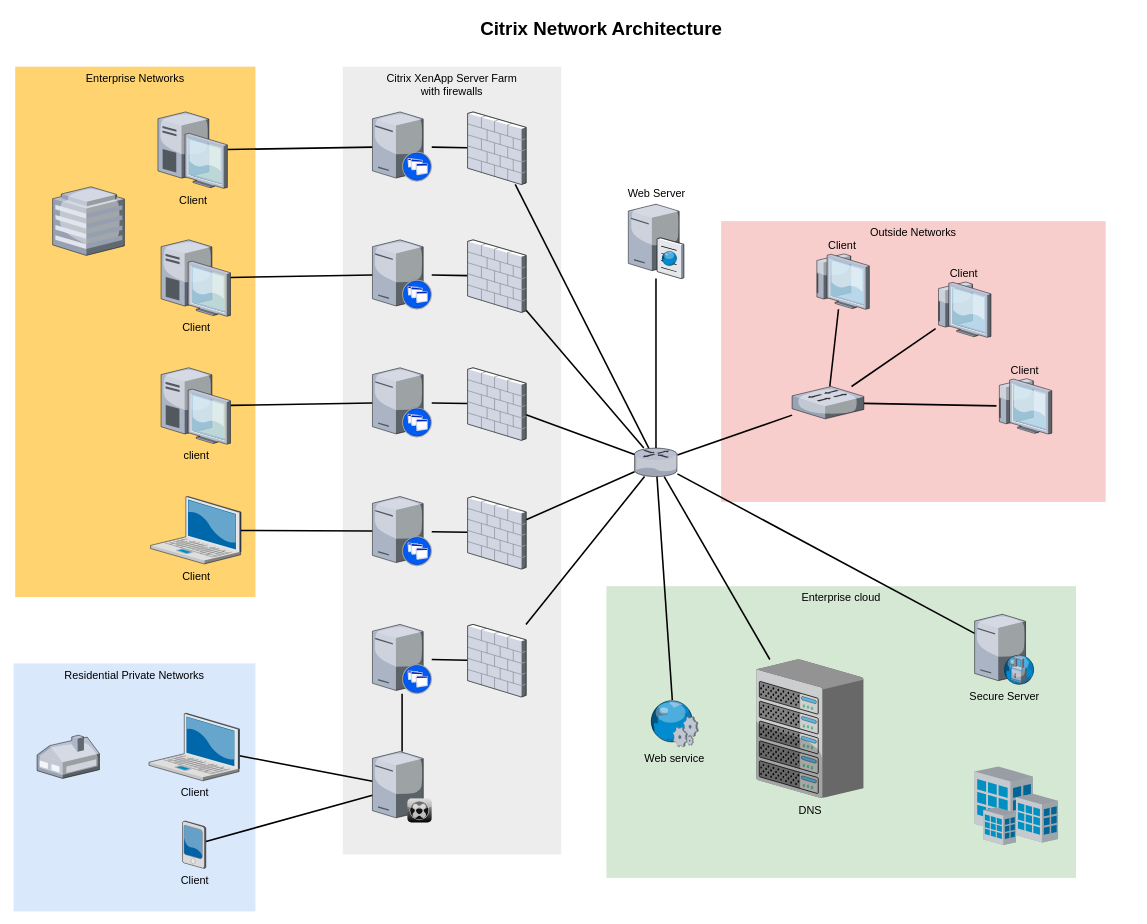
Earlier version of the draw.io diagram ECG Network.drawio (mattybee/WorkPrjs). Source tidied: cells renumbered, new cells numbered last; positions are measured from the earlier drawing's top-left corner, leaving out a move shared by most shapes. Both pictures are drawn from the tidied source at 78%, with x=0, y=0 at pixel (13, 13).
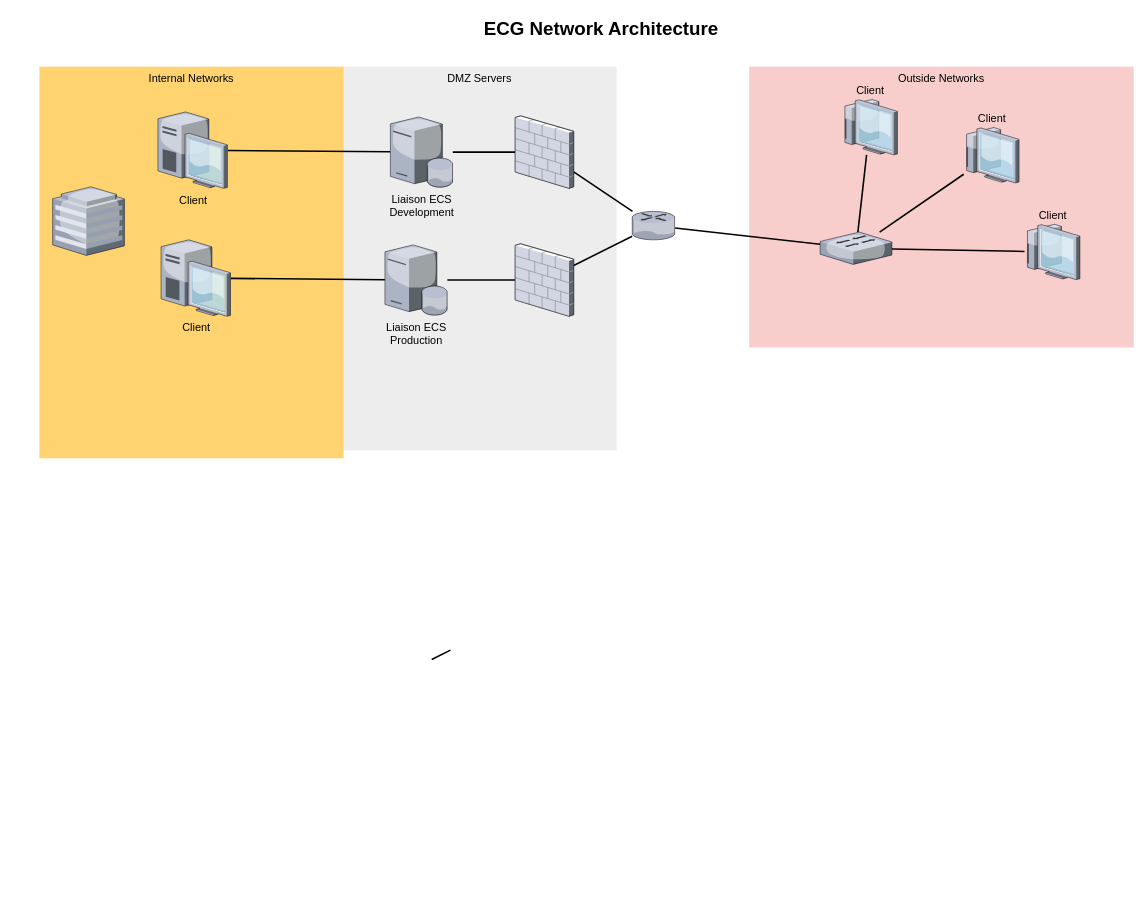
Above is the later version.

Unchanged cells that the change refers to:
```xml
<mxCell id="14" value="Client" style="verticalLabelPosition=bottom;html=1;verticalAlign=top;strokeColor=none;shape=mxgraph.citrix.desktop;fillColor=#66B2FF;gradientColor=#0066CC;fontSize=14;" parent="1" vertex="1">
  <mxGeometry x="189" y="290" width="89" height="98" as="geometry" />
</mxCell>
<mxCell id="16" value="Client" style="verticalLabelPosition=bottom;html=1;verticalAlign=top;strokeColor=none;shape=mxgraph.citrix.desktop;fillColor=#66B2FF;gradientColor=#0066CC;fontSize=14;" parent="1" vertex="1">
  <mxGeometry x="185" y="126" width="89" height="98" as="geometry" />
</mxCell>
```

What changed in the source:
```diff
@@
     <mxCell id="2" value="Outside Networks" style="whiteSpace=wrap;html=1;fillColor=#f8cecc;fontSize=14;strokeColor=none;verticalAlign=top;" parent="1" vertex="1">
-      <mxGeometry x="907" y="266" width="493" height="360" as="geometry" />
+      <mxGeometry x="943" y="68" width="493" height="360" as="geometry" />
     </mxCell>
-    <mxCell id="3" value="Enterprise cloud" style="whiteSpace=wrap;html=1;fillColor=#d5e8d4;fontSize=14;strokeColor=none;verticalAlign=top;" parent="1" vertex="1">
-      <mxGeometry x="760" y="734" width="602" height="374" as="geometry" />
-    </mxCell>
-    <mxCell id="4" value="Citrix XenApp Server Farm&lt;div&gt;with firewalls&lt;/div&gt;" style="whiteSpace=wrap;html=1;fillColor=#EDEDED;fontSize=14;strokeColor=none;verticalAlign=top;" parent="1" vertex="1">
-      <mxGeometry x="422" y="68" width="280" height="1010" as="geometry" />
+    <mxCell id="4" value="DMZ Servers" style="whiteSpace=wrap;html=1;fillColor=#EDEDED;fontSize=14;strokeColor=none;verticalAlign=top;" parent="1" vertex="1">
+      <mxGeometry x="422" y="68" width="351" height="492" as="geometry" />
     </mxCell>
-    <mxCell id="5" value="Residential Private Networks" style="whiteSpace=wrap;html=1;fillColor=#dae8fc;fontSize=14;strokeColor=none;verticalAlign=top;" parent="1" vertex="1">
-      <mxGeometry y="833" width="310" height="318" as="geometry" />
-    </mxCell>
-    <mxCell id="6" value="Enterprise Networks" style="whiteSpace=wrap;html=1;fillColor=#FFD470;gradientColor=none;fontSize=14;strokeColor=none;verticalAlign=top;" parent="1" vertex="1">
-      <mxGeometry x="2" y="68" width="308" height="680" as="geometry" />
+    <mxCell id="6" value="Internal Networks" style="whiteSpace=wrap;html=1;fillColor=#FFD470;gradientColor=none;fontSize=14;strokeColor=none;verticalAlign=top;" parent="1" vertex="1">
+      <mxGeometry x="33" y="68" width="390" height="502" as="geometry" />
     </mxCell>
-    <mxCell id="7" style="edgeStyle=none;rounded=0;html=1;startSize=10;endSize=10;jettySize=auto;fontSize=14;endArrow=none;endFill=0;strokeWidth=2;" parent="1" edge="1" source="8" target="35">
-      <mxGeometry relative="1" as="geometry" />
-    </mxCell>
-    <mxCell id="8" value="Client" style="verticalLabelPosition=bottom;html=1;verticalAlign=top;strokeColor=none;shape=mxgraph.citrix.laptop_2;fillColor=#66B2FF;gradientColor=#0066CC;fontSize=14;" parent="1" vertex="1">
-      <mxGeometry x="173.5" y="897" width="116" height="86.5" as="geometry" />
-    </mxCell>
-    <mxCell id="9" style="edgeStyle=none;rounded=0;html=1;startSize=10;endSize=10;jettySize=auto;fontSize=14;endArrow=none;endFill=0;strokeWidth=2;" parent="1" edge="1" source="10" target="22">
-      <mxGeometry relative="1" as="geometry" />
-    </mxCell>
-    <mxCell id="10" value="Client" style="verticalLabelPosition=bottom;html=1;verticalAlign=top;strokeColor=none;shape=mxgraph.citrix.laptop_2;fillColor=#66B2FF;gradientColor=#0066CC;fontSize=14;" parent="1" vertex="1">
-      <mxGeometry x="175.5" y="619" width="116" height="86.5" as="geometry" />
-    </mxCell>
-    <mxCell id="11" style="edgeStyle=none;rounded=0;html=1;startSize=10;endSize=10;jettySize=auto;fontSize=14;endArrow=none;endFill=0;strokeWidth=2;" parent="1" edge="1" source="12" target="24">
-      <mxGeometry relative="1" as="geometry" />
-    </mxCell>
-    <mxCell id="12" value="client" style="verticalLabelPosition=bottom;html=1;verticalAlign=top;strokeColor=none;shape=mxgraph.citrix.desktop;fillColor=#66B2FF;gradientColor=#0066CC;fontSize=14;" parent="1" vertex="1">
-      <mxGeometry x="189" y="454" width="89" height="98" as="geometry" />
-    </mxCell>
-    <mxCell id="13" style="edgeStyle=none;rounded=0;html=1;startSize=10;endSize=10;jettySize=auto;fontSize=14;endArrow=none;endFill=0;strokeWidth=2;" parent="1" edge="1" source="14" target="26">
+    <mxCell id="13" style="edgeStyle=none;rounded=0;html=1;startSize=10;endSize=10;jettySize=auto;fontSize=14;endArrow=none;endFill=0;strokeWidth=2;" parent="1" edge="1" source="14" target="62">
       <mxGeometry relative="1" as="geometry" />
     </mxCell>
@@
-    <mxCell id="15" style="edgeStyle=none;rounded=0;html=1;startSize=10;endSize=10;jettySize=auto;fontSize=14;endArrow=none;endFill=0;strokeWidth=2;" parent="1" edge="1" source="16" target="28">
+    <mxCell id="15" style="edgeStyle=none;rounded=0;html=1;startSize=10;endSize=10;jettySize=auto;fontSize=14;endArrow=none;endFill=0;strokeWidth=2;" parent="1" edge="1" source="16" target="63">
       <mxGeometry relative="1" as="geometry" />
     </mxCell>
@@
-    <mxCell id="17" style="edgeStyle=none;rounded=0;html=1;startSize=10;endSize=10;jettySize=auto;fontSize=14;endArrow=none;endFill=0;strokeWidth=2;" parent="1" edge="1" source="18" target="35">
-      <mxGeometry relative="1" as="geometry" />
-    </mxCell>
-    <mxCell id="18" value="Client" style="verticalLabelPosition=bottom;html=1;verticalAlign=top;strokeColor=none;shape=mxgraph.citrix.pda;fillColor=#66B2FF;gradientColor=#0066CC;fontSize=14;" parent="1" vertex="1">
-      <mxGeometry x="216.5" y="1035" width="30" height="61" as="geometry" />
-    </mxCell>
-    <mxCell id="19" style="edgeStyle=none;rounded=0;html=1;startSize=10;endSize=10;jettySize=auto;fontSize=14;endArrow=none;endFill=0;strokeWidth=2;" parent="1" edge="1" source="20" target="47">
-      <mxGeometry relative="1" as="geometry" />
+    <mxCell id="19" style="edgeStyle=none;rounded=0;html=1;startSize=10;endSize=10;jettySize=auto;orthogonalLoop=1;fontSize=14;endArrow=none;endFill=0;strokeWidth=2;" parent="1" edge="1">
+      <mxGeometry relative="1" as="geometry">
+        <mxPoint x="536" y="828.1" as="sourcePoint" />
+        <mxPoint x="560" y="816" as="targetPoint" />
+      </mxGeometry>
     </mxCell>
-    <mxCell id="20" style="verticalLabelPosition=bottom;html=1;verticalAlign=top;strokeColor=none;shape=mxgraph.citrix.xenapp_server;fillColor=#66B2FF;gradientColor=#0066CC;fontSize=14;" parent="1" vertex="1">
-      <mxGeometry x="460" y="783" width="76" height="89" as="geometry" />
-    </mxCell>
-    <mxCell id="21" style="edgeStyle=none;rounded=0;html=1;startSize=10;endSize=10;jettySize=auto;fontSize=14;endArrow=none;endFill=0;strokeWidth=2;" parent="1" edge="1" source="22" target="45">
-      <mxGeometry relative="1" as="geometry" />
+    <mxCell id="21" style="edgeStyle=none;rounded=0;html=1;startSize=10;endSize=10;jettySize=auto;orthogonalLoop=1;fontSize=14;endArrow=none;endFill=0;strokeWidth=2;" parent="1" edge="1">
+      <mxGeometry relative="1" as="geometry">
+        <mxPoint x="536" y="664.1" as="sourcePoint" />
+      </mxGeometry>
     </mxCell>
-    <mxCell id="22" style="verticalLabelPosition=bottom;html=1;verticalAlign=top;strokeColor=none;shape=mxgraph.citrix.xenapp_server;fillColor=#66B2FF;gradientColor=#0066CC;fontSize=14;" parent="1" vertex="1">
-      <mxGeometry x="460" y="619" width="76" height="89" as="geometry" />
-    </mxCell>
-    <mxCell id="23" style="edgeStyle=none;rounded=0;html=1;startSize=10;endSize=10;jettySize=auto;fontSize=14;endArrow=none;endFill=0;strokeWidth=2;" parent="1" edge="1" source="24" target="43">
-      <mxGeometry relative="1" as="geometry" />
+    <mxCell id="23" style="edgeStyle=none;rounded=0;html=1;startSize=10;endSize=10;jettySize=auto;orthogonalLoop=1;fontSize=14;endArrow=none;endFill=0;strokeWidth=2;" parent="1" edge="1">
+      <mxGeometry relative="1" as="geometry">
+        <mxPoint x="536" y="499.1" as="sourcePoint" />
+      </mxGeometry>
     </mxCell>
-    <mxCell id="24" style="verticalLabelPosition=bottom;html=1;verticalAlign=top;strokeColor=none;shape=mxgraph.citrix.xenapp_server;fillColor=#66B2FF;gradientColor=#0066CC;fontSize=14;" parent="1" vertex="1">
-      <mxGeometry x="460" y="454" width="76" height="89" as="geometry" />
-    </mxCell>
-    <mxCell id="25" style="edgeStyle=none;rounded=0;html=1;startSize=10;endSize=10;jettySize=auto;fontSize=14;endArrow=none;endFill=0;strokeWidth=2;" parent="1" edge="1" source="26" target="41">
+    <mxCell id="25" style="edgeStyle=none;rounded=0;html=1;startSize=10;endSize=10;jettySize=auto;fontSize=14;endArrow=none;endFill=0;strokeWidth=2;" parent="1" edge="1" source="62" target="41">
       <mxGeometry relative="1" as="geometry" />
     </mxCell>
-    <mxCell id="26" style="verticalLabelPosition=bottom;html=1;verticalAlign=top;strokeColor=none;shape=mxgraph.citrix.xenapp_server;fillColor=#66B2FF;gradientColor=#0066CC;fontSize=14;" parent="1" vertex="1">
-      <mxGeometry x="460" y="290" width="76" height="89" as="geometry" />
-    </mxCell>
-    <mxCell id="27" style="edgeStyle=none;rounded=0;html=1;startSize=10;endSize=10;jettySize=auto;fontSize=14;endArrow=none;endFill=0;strokeWidth=2;" parent="1" edge="1" source="28" target="39">
+    <mxCell id="27" style="edgeStyle=none;rounded=0;html=1;startSize=10;endSize=10;jettySize=auto;fontSize=14;endArrow=none;endFill=0;strokeWidth=2;" parent="1" edge="1" source="63" target="39">
       <mxGeometry relative="1" as="geometry" />
     </mxCell>
-    <mxCell id="28" style="verticalLabelPosition=bottom;html=1;verticalAlign=top;strokeColor=none;shape=mxgraph.citrix.xenapp_server;fillColor=#66B2FF;gradientColor=#0066CC;fontSize=14;" parent="1" vertex="1">
-      <mxGeometry x="460" y="126" width="76" height="89" as="geometry" />
-    </mxCell>
-    <mxCell id="29" style="edgeStyle=none;rounded=0;html=1;startSize=10;endSize=10;jettySize=auto;fontSize=14;endArrow=none;endFill=0;strokeWidth=2;" parent="1" edge="1" source="33" target="37">
-      <mxGeometry relative="1" as="geometry" />
-    </mxCell>
-    <mxCell id="30" style="edgeStyle=none;rounded=0;html=1;startSize=10;endSize=10;jettySize=auto;fontSize=14;endArrow=none;endFill=0;strokeWidth=2;" parent="1" edge="1" source="33" target="36">
-      <mxGeometry relative="1" as="geometry" />
-    </mxCell>
@@
-    <mxCell id="32" style="edgeStyle=none;rounded=0;html=1;startSize=10;endSize=10;jettySize=auto;fontSize=14;endArrow=none;endFill=0;strokeWidth=2;" parent="1" edge="1" source="33" target="50">
-      <mxGeometry relative="1" as="geometry" />
-    </mxCell>
     <mxCell id="33" style="verticalLabelPosition=bottom;html=1;verticalAlign=top;strokeColor=none;shape=mxgraph.citrix.router;fillColor=#66B2FF;gradientColor=#0066CC;fontSize=14;" parent="1" vertex="1">
-      <mxGeometry x="796" y="557" width="55" height="36.5" as="geometry" />
+      <mxGeometry x="793" y="253.5" width="55" height="36.5" as="geometry" />
     </mxCell>
-    <mxCell id="34" style="edgeStyle=none;rounded=0;html=1;startSize=10;endSize=10;jettySize=auto;fontSize=14;endArrow=none;endFill=0;strokeWidth=2;" parent="1" edge="1" source="35" target="20">
-      <mxGeometry relative="1" as="geometry" />
-    </mxCell>
-    <mxCell id="35" style="verticalLabelPosition=bottom;html=1;verticalAlign=top;strokeColor=none;shape=mxgraph.citrix.xenclient_synchronizer;fillColor=#CCCCCC;gradientColor=#000000;gradientDirection=south;fontSize=14;" parent="1" vertex="1">
-      <mxGeometry x="460" y="946" width="76" height="91" as="geometry" />
-    </mxCell>
-    <mxCell id="36" value="Web Server" style="verticalLabelPosition=top;html=1;verticalAlign=bottom;strokeColor=none;shape=mxgraph.citrix.cache_server;fillColor=#66B2FF;gradientColor=#0066CC;fontSize=14;labelPosition=center;align=center;" parent="1" vertex="1">
-      <mxGeometry x="788" y="242" width="71" height="97.5" as="geometry" />
-    </mxCell>
-    <mxCell id="37" value="DNS" style="verticalLabelPosition=bottom;html=1;verticalAlign=top;strokeColor=none;shape=mxgraph.citrix.chassis;fillColor=#66B2FF;gradientColor=#0066CC;fontSize=14;" parent="1" vertex="1">
-      <mxGeometry x="952" y="828" width="137.5" height="177.5" as="geometry" />
-    </mxCell>
@@
     <mxCell id="39" style="verticalLabelPosition=bottom;html=1;verticalAlign=top;strokeColor=none;shape=mxgraph.citrix.firewall;fillColor=#66B2FF;gradientColor=#0066CC;fontSize=14;" parent="1" vertex="1">
-      <mxGeometry x="582" y="126" width="75" height="93" as="geometry" />
+      <mxGeometry x="643" y="131" width="75" height="93" as="geometry" />
     </mxCell>
@@
     <mxCell id="41" style="verticalLabelPosition=bottom;html=1;verticalAlign=top;strokeColor=none;shape=mxgraph.citrix.firewall;fillColor=#66B2FF;gradientColor=#0066CC;fontSize=14;" parent="1" vertex="1">
-      <mxGeometry x="582" y="290" width="75" height="93" as="geometry" />
+      <mxGeometry x="643" y="295" width="75" height="93" as="geometry" />
     </mxCell>
-    <mxCell id="42" style="edgeStyle=none;rounded=0;html=1;startSize=10;endSize=10;jettySize=auto;fontSize=14;endArrow=none;endFill=0;strokeWidth=2;" parent="1" edge="1" source="43" target="33">
-      <mxGeometry relative="1" as="geometry" />
-    </mxCell>
-    <mxCell id="43" style="verticalLabelPosition=bottom;html=1;verticalAlign=top;strokeColor=none;shape=mxgraph.citrix.firewall;fillColor=#66B2FF;gradientColor=#0066CC;fontSize=14;" parent="1" vertex="1">
-      <mxGeometry x="582" y="454" width="75" height="93" as="geometry" />
-    </mxCell>
-    <mxCell id="44" style="edgeStyle=none;rounded=0;html=1;startSize=10;endSize=10;jettySize=auto;fontSize=14;endArrow=none;endFill=0;strokeWidth=2;" parent="1" edge="1" source="45" target="33">
-      <mxGeometry relative="1" as="geometry" />
-    </mxCell>
-    <mxCell id="45" style="verticalLabelPosition=bottom;html=1;verticalAlign=top;strokeColor=none;shape=mxgraph.citrix.firewall;fillColor=#66B2FF;gradientColor=#0066CC;fontSize=14;" parent="1" vertex="1">
-      <mxGeometry x="582" y="619" width="75" height="93" as="geometry" />
-    </mxCell>
-    <mxCell id="46" style="edgeStyle=none;rounded=0;html=1;startSize=10;endSize=10;jettySize=auto;fontSize=14;endArrow=none;endFill=0;strokeWidth=2;" parent="1" edge="1" source="47" target="33">
-      <mxGeometry relative="1" as="geometry" />
-    </mxCell>
-    <mxCell id="47" style="verticalLabelPosition=bottom;html=1;verticalAlign=top;strokeColor=none;shape=mxgraph.citrix.firewall;fillColor=#66B2FF;gradientColor=#0066CC;fontSize=14;" parent="1" vertex="1">
-      <mxGeometry x="582" y="783" width="75" height="93" as="geometry" />
-    </mxCell>
-    <mxCell id="48" style="verticalLabelPosition=bottom;html=1;verticalAlign=top;strokeColor=none;shape=mxgraph.citrix.home_office;fillColor=#66B2FF;gradientColor=#0066CC;fontSize=14;" parent="1" vertex="1">
-      <mxGeometry x="30" y="925" width="80" height="55.5" as="geometry" />
-    </mxCell>
@@
-    <mxCell id="50" value="Secure Server" style="verticalLabelPosition=bottom;html=1;verticalAlign=top;strokeColor=none;shape=mxgraph.citrix.proxy_server;fillColor=#66B2FF;gradientColor=#0066CC;fontSize=14;" parent="1" vertex="1">
-      <mxGeometry x="1232" y="770" width="76.5" height="90" as="geometry" />
-    </mxCell>
@@
     <mxCell id="54" style="verticalLabelPosition=bottom;html=1;verticalAlign=top;strokeColor=none;shape=mxgraph.citrix.switch;fillColor=#66B2FF;gradientColor=#0066CC;fontSize=14;" parent="1" vertex="1">
-      <mxGeometry x="998" y="478" width="92" height="41.5" as="geometry" />
+      <mxGeometry x="1034" y="280" width="92" height="41.5" as="geometry" />
     </mxCell>
     <mxCell id="55" value="Client" style="verticalLabelPosition=top;html=1;verticalAlign=bottom;strokeColor=none;shape=mxgraph.citrix.thin_client;fillColor=#66B2FF;gradientColor=#0066CC;fontSize=14;labelPosition=center;align=center;" parent="1" vertex="1">
-      <mxGeometry x="1260" y="468" width="71" height="71" as="geometry" />
+      <mxGeometry x="1296" y="270" width="71" height="71" as="geometry" />
     </mxCell>
     <mxCell id="56" value="Client" style="verticalLabelPosition=top;html=1;verticalAlign=bottom;strokeColor=none;shape=mxgraph.citrix.thin_client;fillColor=#66B2FF;gradientColor=#0066CC;fontSize=14;labelPosition=center;align=center;" parent="1" vertex="1">
-      <mxGeometry x="1182" y="344" width="71" height="71" as="geometry" />
+      <mxGeometry x="1218" y="146" width="71" height="71" as="geometry" />
     </mxCell>
     <mxCell id="57" value="Client" style="verticalLabelPosition=top;html=1;verticalAlign=bottom;strokeColor=none;shape=mxgraph.citrix.thin_client;fillColor=#66B2FF;gradientColor=#0066CC;fontSize=14;labelPosition=center;align=center;" parent="1" vertex="1">
-      <mxGeometry x="1026" y="308" width="71" height="71" as="geometry" />
+      <mxGeometry x="1062" y="110" width="71" height="71" as="geometry" />
     </mxCell>
-    <mxCell id="58" style="edgeStyle=none;rounded=0;html=1;startSize=10;endSize=10;jettySize=auto;fontSize=14;endArrow=none;endFill=0;strokeWidth=2;" parent="1" edge="1" source="59" target="33">
-      <mxGeometry relative="1" as="geometry" />
-    </mxCell>
-    <mxCell id="59" value="Web service" style="verticalLabelPosition=bottom;html=1;verticalAlign=top;strokeColor=none;shape=mxgraph.citrix.web_service;fillColor=#66B2FF;gradientColor=#0066CC;fontSize=14;" parent="1" vertex="1">
-      <mxGeometry x="815" y="880" width="63" height="60" as="geometry" />
-    </mxCell>
-    <mxCell id="60" style="verticalLabelPosition=bottom;html=1;verticalAlign=top;strokeColor=none;shape=mxgraph.citrix.site;fillColor=#66B2FF;gradientColor=#0066CC;fontSize=14;" parent="1" vertex="1">
-      <mxGeometry x="1232" y="965" width="107" height="101" as="geometry" />
-    </mxCell>
-    <mxCell id="61" value="Citrix Network Architecture" style="text;strokeColor=none;fillColor=none;html=1;fontSize=24;fontStyle=1;verticalAlign=middle;align=center;" parent="1" vertex="1">
+    <mxCell id="61" value="ECG Network Architecture" style="text;strokeColor=none;fillColor=none;html=1;fontSize=24;fontStyle=1;verticalAlign=middle;align=center;" parent="1" vertex="1">
       <mxGeometry x="322" width="861" height="40" as="geometry" />
     </mxCell>
+    <mxCell id="62" value="&lt;span style=&quot;font-size: 14px&quot;&gt;Liaison ECS&lt;/span&gt;&lt;br style=&quot;font-size: 14px&quot;&gt;&lt;span style=&quot;font-size: 14px&quot;&gt;Production&lt;/span&gt;" style="verticalLabelPosition=bottom;html=1;verticalAlign=top;strokeColor=none;align=center;outlineConnect=0;shape=mxgraph.citrix.database_server;" parent="1" vertex="1">
+      <mxGeometry x="476" y="296.5" width="80" height="90" as="geometry" />
+    </mxCell>
+    <mxCell id="63" value="&lt;span style=&quot;font-size: 14px&quot;&gt;Liaison ECS&lt;/span&gt;&lt;br style=&quot;font-size: 14px&quot;&gt;&lt;span style=&quot;font-size: 14px&quot;&gt;Development&lt;/span&gt;" style="verticalLabelPosition=bottom;html=1;verticalAlign=top;strokeColor=none;align=center;outlineConnect=0;shape=mxgraph.citrix.database_server;" parent="1" vertex="1">
+      <mxGeometry x="483" y="132.5" width="80" height="90" as="geometry" />
+    </mxCell>
```
